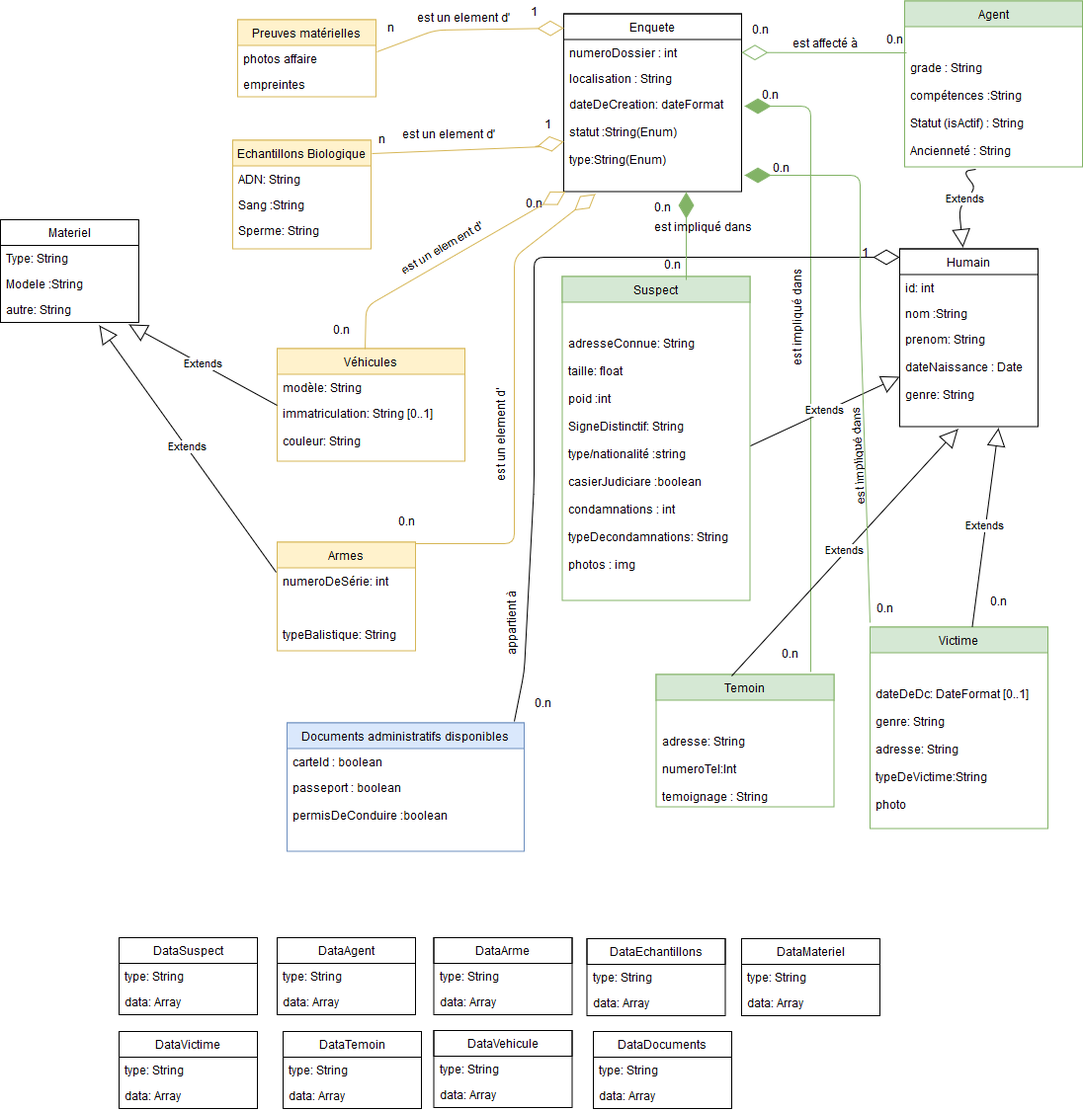
Earlier version of the draw.io export Document/diagramme_de_classe.png (jipaow/CSI-Back). Source tidied: cells renumbered, new cells last; positions are measured from the earlier drawing's top-left corner, leaving out a move shared by most shapes.
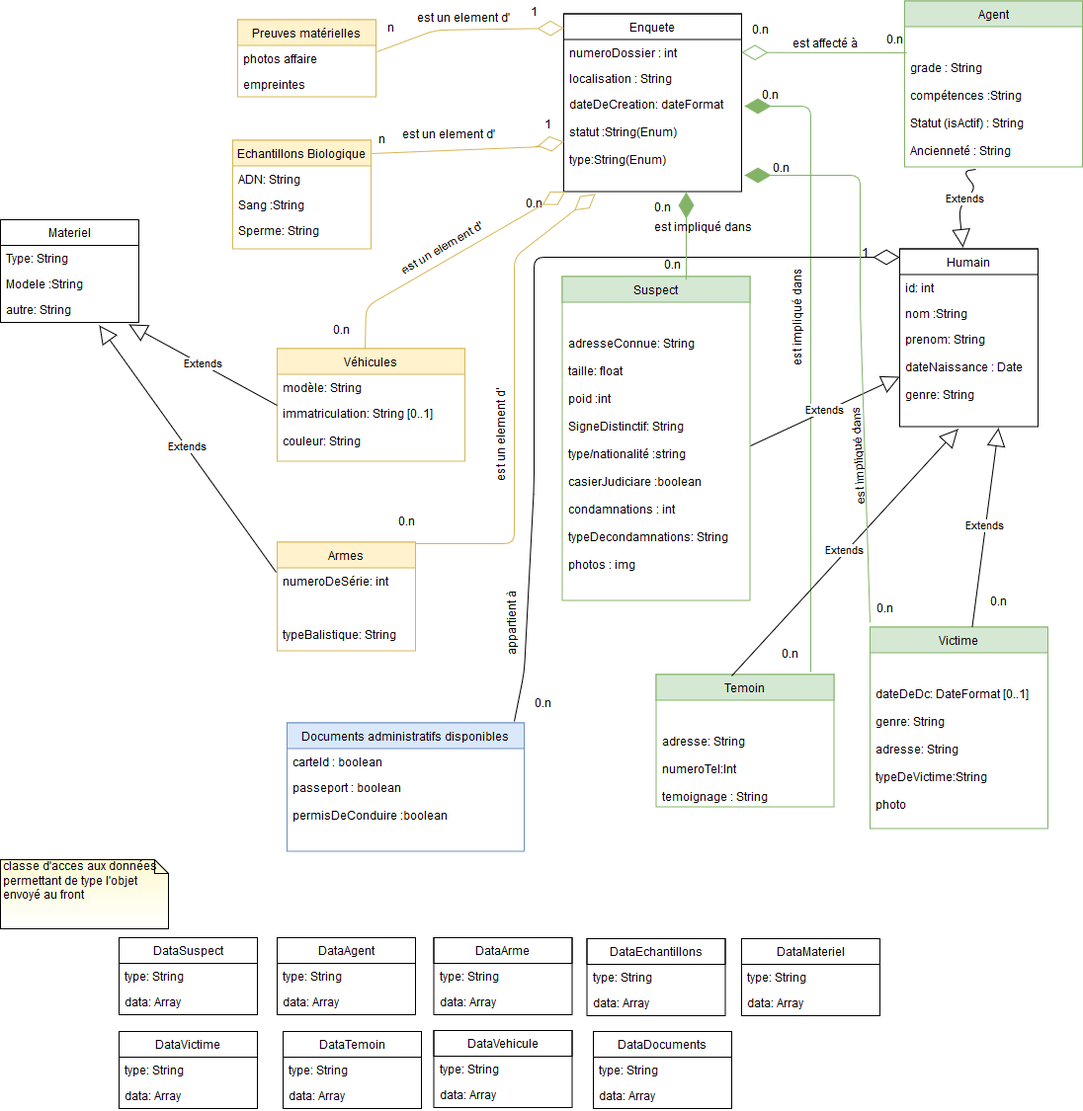
The same file after the commit.

The edit, as a diff of the source:
```diff
@@ -372,5 +372,8 @@
     <mxCell id="107" value="est impliqué dans" style="text;html=1;align=left;verticalAlign=top;spacingTop=-4;rotation=-93;" parent="1" vertex="1">
       <mxGeometry x="815" y="446.5" width="110" height="20" as="geometry" />
     </mxCell>
+    <mxCell id="108" value="classe d'acces aux données&lt;br&gt;permettant de type l'objet &lt;br&gt;envoyé au front" style="shape=note;whiteSpace=wrap;html=1;size=14;verticalAlign=top;align=left;spacingTop=-6;fillColor=#FFF9D1;gradientColor=#ffffff;" parent="1" vertex="1">
+      <mxGeometry y="870" width="170" height="70" as="geometry" />
+    </mxCell>
   </root>
 </mxGraphModel>
```
